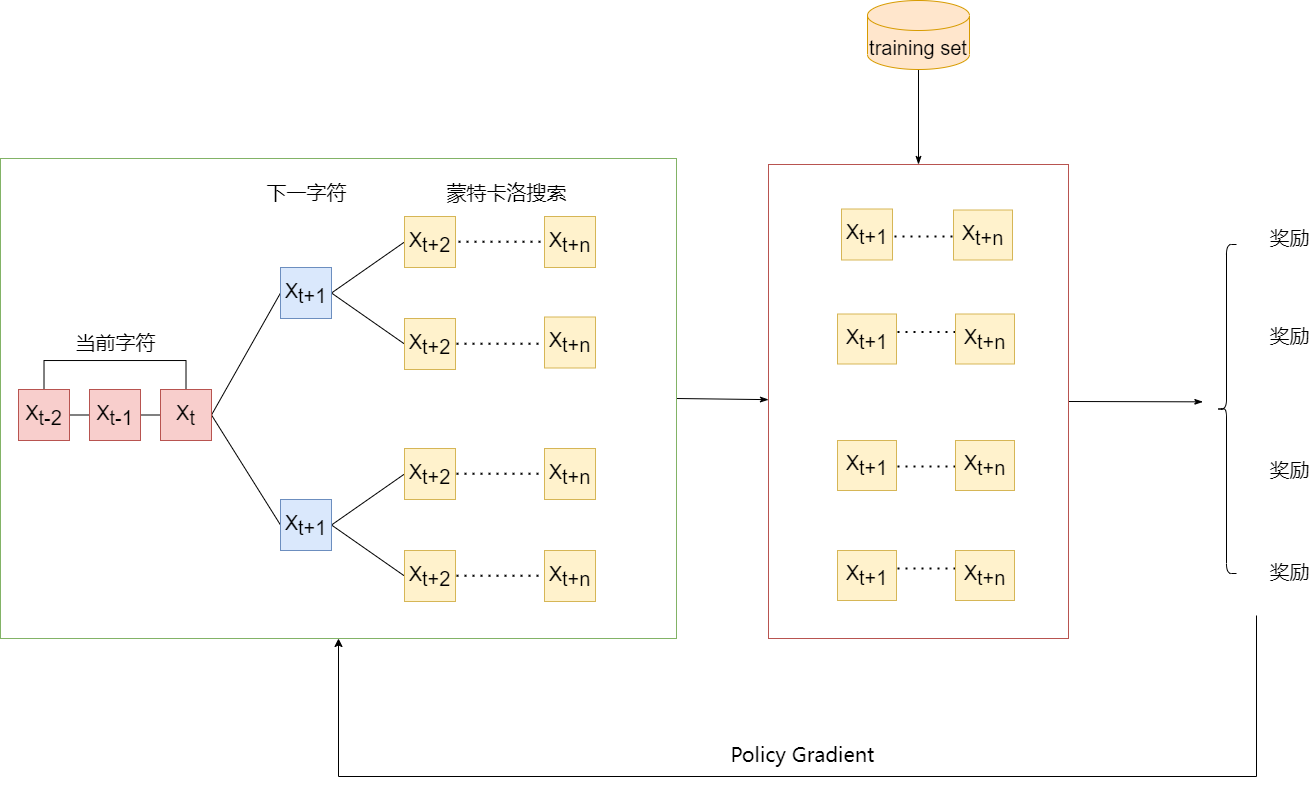
lakomi/pictures keeps this draw.io diagram as seqgan.drawio.png. Above is the earlier version. Source tidied: cells renumbered, new cells last; positions are measured from the earlier drawing's top-left corner, leaving out a move shared by most shapes.
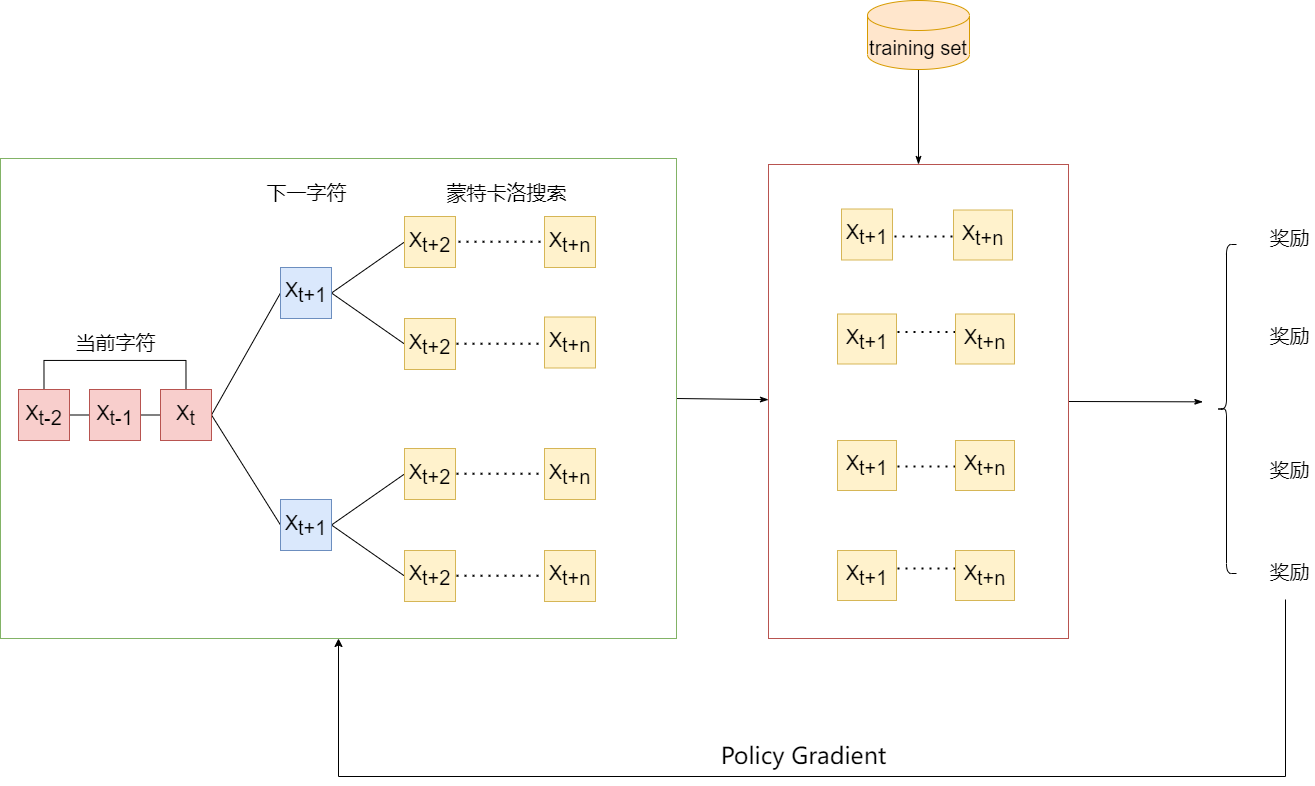
Above is the later version.

What changed in the source:
```diff
@@ -147,7 +147,7 @@
     <mxCell id="39" value="奖励" style="text;html=1;align=center;verticalAlign=middle;strokeColor=none;fillColor=none;fontSize=20;" parent="1" vertex="1">
       <mxGeometry x="1264" y="455" width="50" height="28" as="geometry" />
     </mxCell>
-    <mxCell id="40" value="奖励" style="text;html=1;align=center;verticalAlign=middle;strokeColor=none;fillColor=none;fontSize=20;" parent="1" vertex="1">
+    <mxCell id="40" value="奖励" style="text;html=1;align=center;verticalAlign=middle;fontSize=20;" parent="1" vertex="1">
       <mxGeometry x="1264" y="557" width="50" height="28" as="geometry" />
     </mxCell>
     <mxCell id="41" value="X&lt;sub style=&quot;font-size: 20px&quot;&gt;t+1&lt;/sub&gt;" style="rounded=0;whiteSpace=wrap;html=1;fontSize=20;fillColor=#fff2cc;strokeColor=#d6b656;" parent="1" vertex="1">
@@ -194,7 +194,7 @@
     </mxCell>
     <mxCell id="47" style="edgeStyle=elbowEdgeStyle;elbow=vertical;endArrow=classic;html=1;rounded=0;fontSize=20;" parent="1" edge="1" target="5">
       <mxGeometry relative="1" as="geometry">
-        <mxPoint x="1256" y="615" as="sourcePoint" />
+        <mxPoint x="1285" y="599" as="sourcePoint" />
         <Array as="points">
           <mxPoint x="844" y="776" />
           <mxPoint x="801" y="826" />
@@ -202,8 +202,8 @@
         </Array>
       </mxGeometry>
     </mxCell>
-    <mxCell id="48" value="&lt;span style=&quot;font-family: sans-serif; font-size: 20px; text-align: left;&quot;&gt;Policy Gradient&lt;/span&gt;" style="text;html=1;align=center;verticalAlign=middle;strokeColor=none;fillColor=none;fontSize=20;fontColor=#000000;" parent="1" vertex="1">
-      <mxGeometry x="725" y="739" width="154" height="29" as="geometry" />
+    <mxCell id="48" value="&lt;span style=&quot;font-family: sans-serif; font-size: 23px; text-align: left;&quot;&gt;Policy Gradient&lt;/span&gt;" style="text;html=1;align=center;verticalAlign=middle;strokeColor=none;fillColor=none;fontSize=23;fontColor=#000000;" parent="1" vertex="1">
+      <mxGeometry x="715" y="738" width="176" height="33" as="geometry" />
     </mxCell>
     <mxCell id="49" value="X&lt;sub style=&quot;font-size: 20px&quot;&gt;t+n&lt;/sub&gt;" style="rounded=0;whiteSpace=wrap;html=1;fontSize=20;fillColor=#fff2cc;strokeColor=#d6b656;" parent="1" vertex="1">
       <mxGeometry x="953" y="209.5" width="59" height="50" as="geometry" />
```
